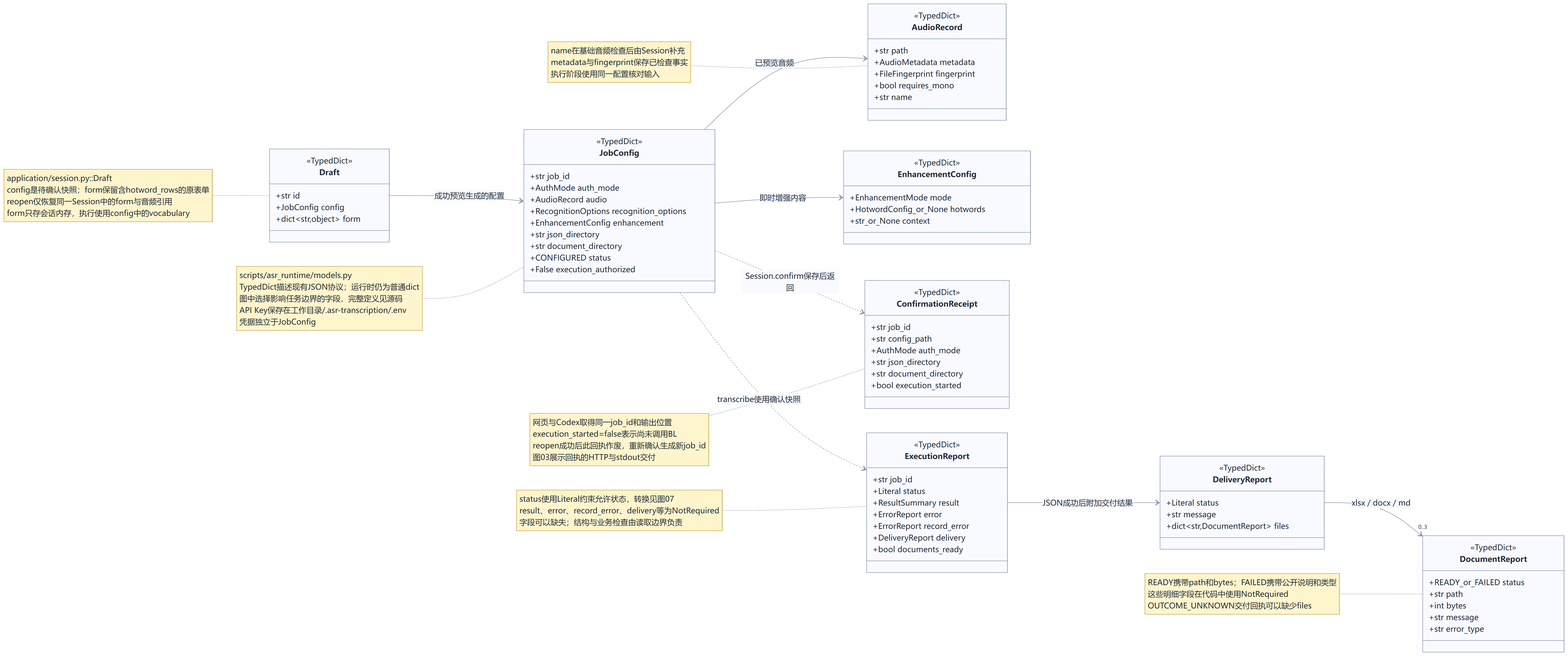
Earlier version of the Mermaid export doc/uml/01c-protocol.png (hx101700/asr-agent). Its source is kept beside it as doc/uml/01c-protocol.mmd.
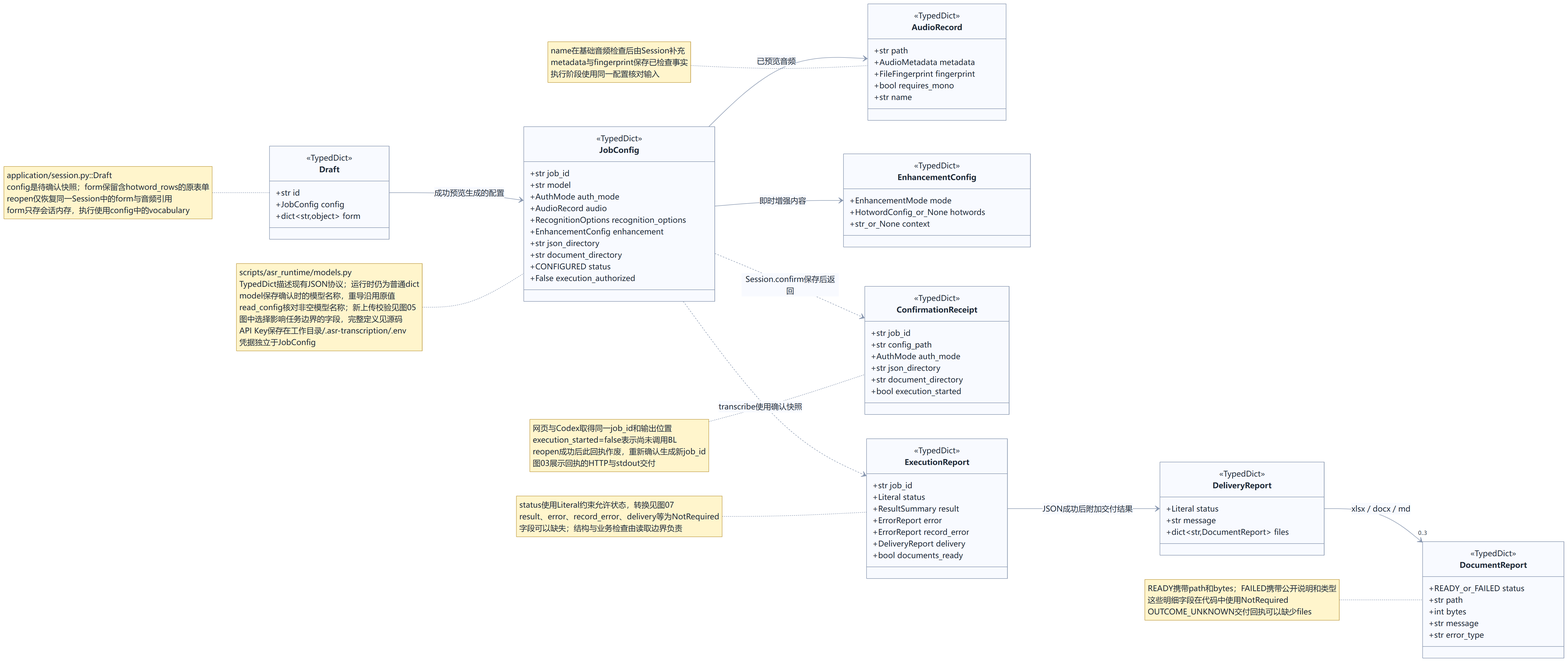
After the commit.

Diff of the diagram source:
```diff
@@ -9,6 +9,7 @@
 class JobConfig {
   <<TypedDict>>
   +str job_id
+  +str model
   +AuthMode auth_mode
   +AudioRecord audio
   +RecognitionOptions recognition_options
@@ -73,7 +74,7 @@
 ExecutionReport --> DeliveryReport : JSON成功后附加交付结果
 DeliveryReport --> "0..3" DocumentReport : xlsx／docx／md
 note for Draft "application/session.py::Draft<br/>config是待确认快照；form保留含hotword_rows的原表单<br/>reopen仅恢复同一Session中的form与音频引用<br/>form只存会话内存，执行使用config中的vocabulary"
-note for JobConfig "scripts/asr_runtime/models.py<br/>TypedDict描述现有JSON协议；运行时仍为普通dict<br/>图中选择影响任务边界的字段，完整定义见源码<br/>API Key保存在工作目录/.asr-transcription/.env<br/>凭据独立于JobConfig"
+note for JobConfig "scripts/asr_runtime/models.py<br/>TypedDict描述现有JSON协议；运行时仍为普通dict<br/>model保存确认时的模型名称，重导沿用原值<br/>read_config核对非空模型名称；新上传校验见图05<br/>图中选择影响任务边界的字段，完整定义见源码<br/>API Key保存在工作目录/.asr-transcription/.env<br/>凭据独立于JobConfig"
 note for AudioRecord "name在基础音频检查后由Session补充<br/>metadata与fingerprint保存已检查事实<br/>执行阶段使用同一配置核对输入"
 note for ConfirmationReceipt "网页与Codex取得同一job_id和输出位置<br/>execution_started=false表示尚未调用BL<br/>reopen成功后此回执作废，重新确认生成新job_id<br/>图03展示回执的HTTP与stdout交付"
 note for ExecutionReport "status使用Literal约束允许状态，转换见图07<br/>result、error、record_error、delivery等为NotRequired<br/>字段可以缺失；结构与业务检查由读取边界负责"
```
